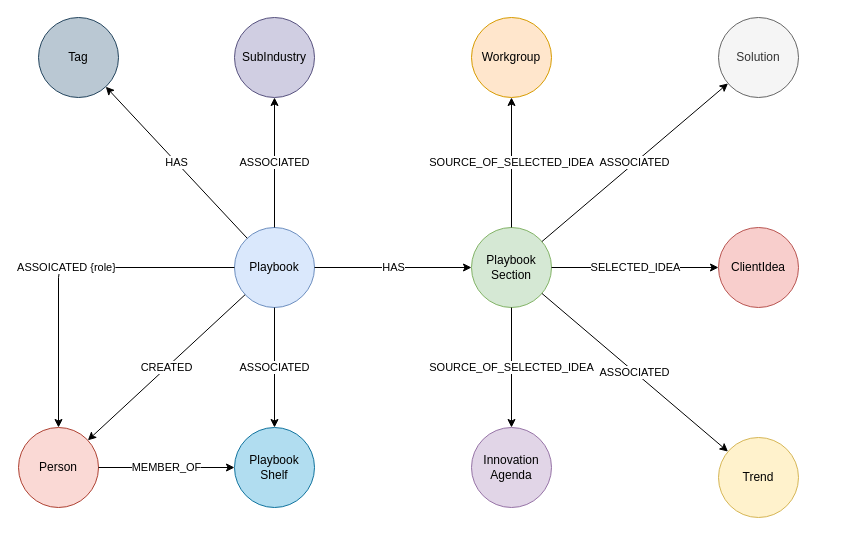
Above: DataModels/images/PlaybookDataModel.drawio in dxc-technology/dxc-digitalexplorer (draw.io), before the change. Source tidied: cells renumbered, new cells numbered last; positions are measured from the earlier drawing's top-left corner, leaving out a move shared by most shapes. Both pictures are drawn from the tidied source at 100%, with x=0, y=0 at pixel (18, 17).
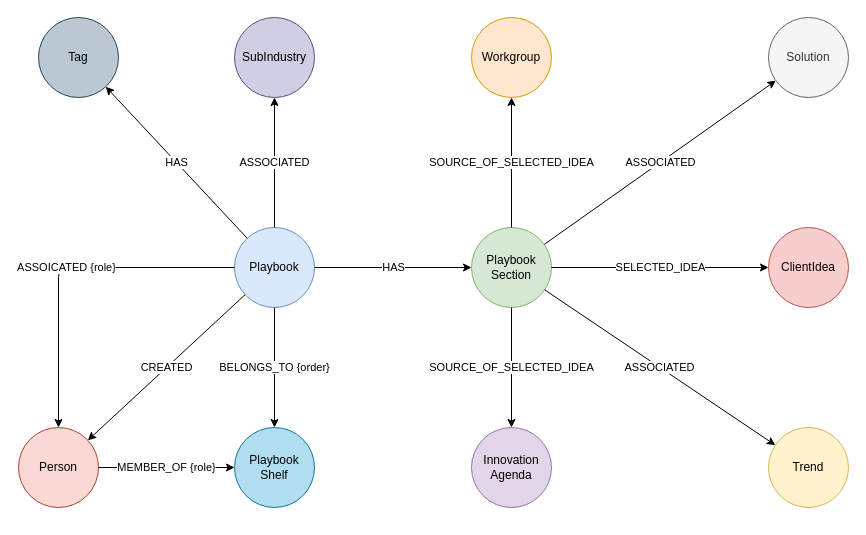
The same page after the edit.

Commit message (it also covers changes not shown here):
:pencil: Playbooks datamodel - order within shelf

The change refers to these unchanged cells:
```xml
<mxCell id="2" value="Playbook" style="ellipse;whiteSpace=wrap;html=1;fillColor=#dae8fc;strokeColor=#6c8ebf;" parent="1" vertex="1">
  <mxGeometry x="216" y="210" width="80" height="80" as="geometry" />
</mxCell>
<mxCell id="12" value="Playbook&lt;br&gt;Shelf" style="ellipse;whiteSpace=wrap;html=1;fillColor=#b1ddf0;strokeColor=#10739e;" parent="1" vertex="1">
  <mxGeometry x="216" y="410" width="80" height="80" as="geometry" />
</mxCell>
<mxCell id="16" value="Person" style="ellipse;whiteSpace=wrap;html=1;fillColor=#fad9d5;strokeColor=#ae4132;" parent="1" vertex="1">
  <mxGeometry y="410" width="80" height="80" as="geometry" />
</mxCell>
```

Diff of the diagram source:
```diff
@@
     <mxCell id="5" value="ClientIdea" style="ellipse;whiteSpace=wrap;html=1;fillColor=#f8cecc;strokeColor=#b85450;" parent="1" vertex="1">
-      <mxGeometry x="700" y="210" width="80" height="80" as="geometry" />
+      <mxGeometry x="750" y="210" width="80" height="80" as="geometry" />
     </mxCell>
@@
     <mxCell id="11" value="Solution" style="ellipse;whiteSpace=wrap;html=1;fillColor=#f5f5f5;strokeColor=#666666;fontColor=#333333;" parent="1" vertex="1">
-      <mxGeometry x="700" width="80" height="80" as="geometry" />
+      <mxGeometry x="750" width="80" height="80" as="geometry" />
     </mxCell>
@@
     <mxCell id="14" value="Trend" style="ellipse;whiteSpace=wrap;html=1;fillColor=#fff2cc;strokeColor=#d6b656;" parent="1" vertex="1">
-      <mxGeometry x="700" y="420" width="80" height="80" as="geometry" />
+      <mxGeometry x="750" y="410" width="80" height="80" as="geometry" />
     </mxCell>
@@
-    <mxCell id="18" value="ASSOCIATED" style="endArrow=classic;html=1;" parent="1" edge="1" source="2" target="12">
+    <mxCell id="18" value="BELONGS_TO {order}" style="endArrow=classic;html=1;" parent="1" edge="1" source="2" target="12">
       <mxGeometry relative="1" as="geometry" />
     </mxCell>
@@
-    <mxCell id="21" value="MEMBER_OF" style="endArrow=classic;html=1;" parent="1" edge="1" source="16" target="12">
+    <mxCell id="21" value="MEMBER_OF {role}" style="endArrow=classic;html=1;" parent="1" edge="1" source="16" target="12">
       <mxGeometry relative="1" as="geometry" />
     </mxCell>
```
